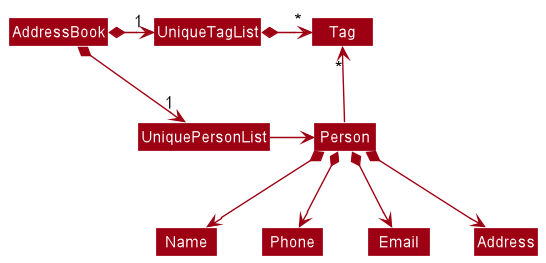
Before: docs/images/BetterModelClassDiagram.png, a diagram exported from PlantUML (nus-cs2103-AY2223S1/tp).
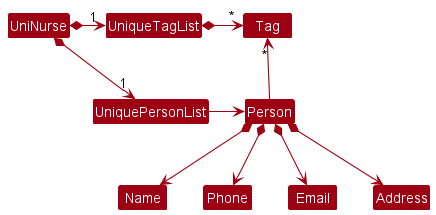
The same diagram one commit later.

Change to the diagram source:
```diff
@@ -4,8 +4,8 @@
 skinparam arrowColor MODEL_COLOR
 skinparam classBackgroundColor MODEL_COLOR
 
-AddressBook *-right-> "1" UniquePersonList
-AddressBook *-right-> "1" UniqueTagList
+UniNurse *-right-> "1" UniquePersonList
+UniNurse *-right-> "1" UniqueTagList
 UniqueTagList -[hidden]down- UniquePersonList
 UniqueTagList -[hidden]down- UniquePersonList
 
```
